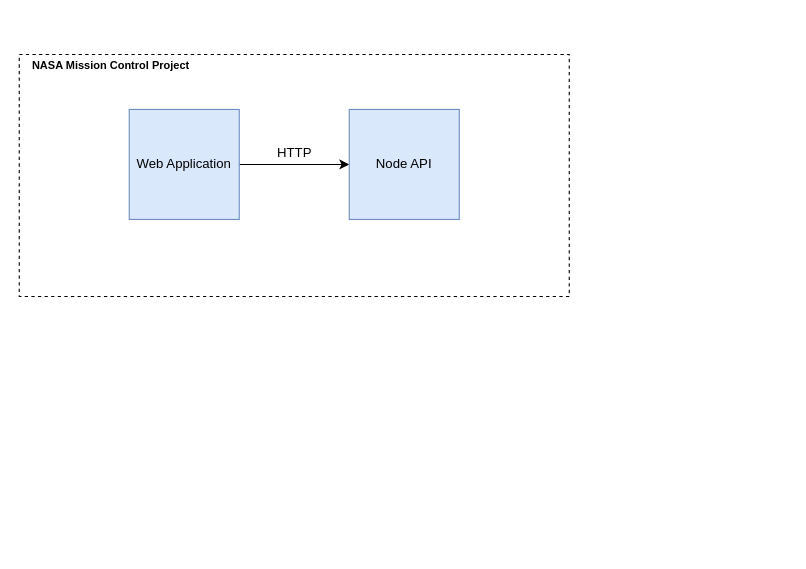
This is NASA Mission Control Architecture.drawio from Maxwell200073/NASA-Project, a draw.io file, before an edit. Source tidied: cells renumbered, new cells numbered last; positions are measured from the earlier drawing's top-left corner, leaving out a move shared by most shapes. Both pictures are drawn from the tidied source at 110%, with x=0, y=0 at pixel (19, 50).
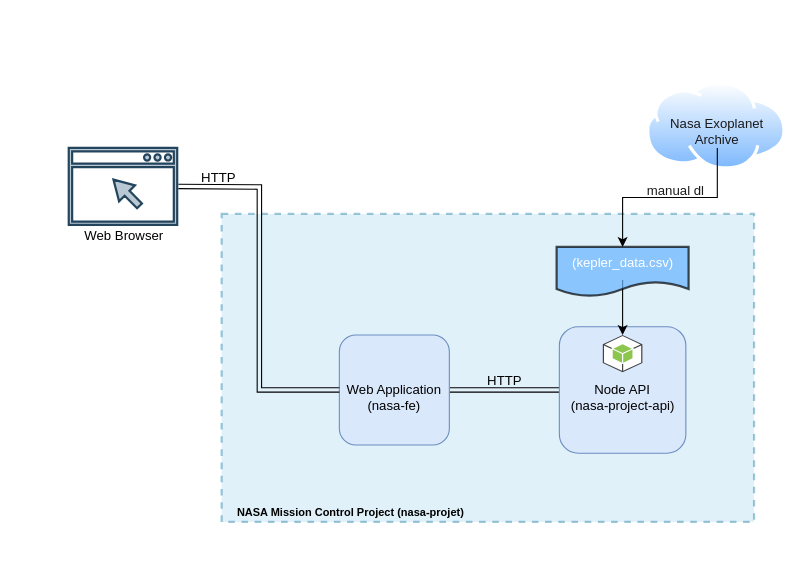
The same page after the edit.

What changed in the source:
```diff
@@
-    <mxCell id="2" style="rounded=0;whiteSpace=wrap;html=1;labelBackgroundColor=none;dashed=1;" parent="1" vertex="1">
-      <mxGeometry y="4" width="500" height="220" as="geometry" />
+    <mxCell id="2" style="rounded=0;whiteSpace=wrap;html=1;labelBackgroundColor=none;dashed=1;strokeColor=#10739e;perimeterSpacing=0;strokeWidth=2;fillColor=#b1ddf0;opacity=40;" parent="1" vertex="1">
+      <mxGeometry x="184" y="149" width="484" height="280" as="geometry" />
     </mxCell>
-    <mxCell id="3" style="edgeStyle=orthogonalEdgeStyle;rounded=0;jettySize=auto;html=1;" parent="1" edge="1" source="4" target="5">
+    <mxCell id="3" style="edgeStyle=orthogonalEdgeStyle;rounded=0;jettySize=auto;html=1;shape=link;" parent="1" edge="1" source="4" target="5">
       <mxGeometry relative="1" as="geometry" />
     </mxCell>
-    <mxCell id="4" value="Web Application" style="whiteSpace=wrap;html=1;fillColor=#dae8fc;strokeColor=#6c8ebf;" parent="1" vertex="1">
-      <mxGeometry x="100" y="54" width="100" height="100" as="geometry" />
+    <mxCell id="4" value="Web Application" style="whiteSpace=wrap;html=1;fillColor=#dae8fc;strokeColor=#6c8ebf;rounded=1;" parent="1" vertex="1">
+      <mxGeometry x="291" y="259" width="100" height="100" as="geometry" />
     </mxCell>
-    <mxCell id="5" value="Node API" style="whiteSpace=wrap;html=1;labelBackgroundColor=none;fillColor=#dae8fc;strokeColor=#6c8ebf;" parent="1" vertex="1">
-      <mxGeometry x="300" y="54" width="100" height="100" as="geometry" />
+    <mxCell id="5" value="Node API" style="whiteSpace=wrap;html=1;labelBackgroundColor=none;fillColor=#dae8fc;strokeColor=#6c8ebf;rounded=1;" parent="1" vertex="1">
+      <mxGeometry x="491" y="251.5" width="115" height="115" as="geometry" />
     </mxCell>
     <mxCell id="6" value="HTTP" style="text;html=1;align=center;verticalAlign=middle;strokeColor=none;fillColor=none;" parent="1" vertex="1">
-      <mxGeometry x="225" y="84" width="50" height="20" as="geometry" />
+      <mxGeometry x="416" y="291" width="50" height="20" as="geometry" />
     </mxCell>
-    <mxCell id="7" value="&lt;p&gt;&lt;font style=&quot;font-size: 10px&quot;&gt;NASA Mission Control Project&lt;/font&gt;&lt;/p&gt;" style="text;strokeColor=none;fillColor=none;html=1;fontSize=24;fontStyle=1;verticalAlign=middle;align=center;dashed=1;labelBackgroundColor=none;" parent="1" vertex="1">
-      <mxGeometry width="165" height="20" as="geometry" />
+    <mxCell id="7" value="&lt;p&gt;&lt;font style=&quot;font-size: 10px&quot;&gt;NASA Mission Control Project (nasa-projet)&lt;/font&gt;&lt;/p&gt;" style="text;strokeColor=none;fillColor=none;html=1;fontSize=24;fontStyle=1;verticalAlign=middle;align=center;dashed=1;labelBackgroundColor=none;" parent="1" vertex="1">
+      <mxGeometry x="191" y="406" width="220" height="20" as="geometry" />
     </mxCell>
+    <mxCell id="8" value="(nasa-fe)" style="text;html=1;strokeColor=none;fillColor=none;align=center;verticalAlign=middle;whiteSpace=wrap;rounded=0;dashed=1;opacity=40;" parent="1" vertex="1">
+      <mxGeometry x="311" y="309" width="60" height="30" as="geometry" />
+    </mxCell>
+    <mxCell id="9" value="(nasa-project-api)" style="text;html=1;strokeColor=none;fillColor=none;align=center;verticalAlign=middle;whiteSpace=wrap;rounded=0;dashed=1;opacity=40;" parent="1" vertex="1">
+      <mxGeometry x="498.5" y="309" width="100" height="30" as="geometry" />
+    </mxCell>
+    <mxCell id="10" style="edgeStyle=orthogonalEdgeStyle;rounded=0;jettySize=auto;html=1;entryX=0;entryY=0.5;entryDx=0;entryDy=0;shape=link;" parent="1" edge="1" target="4">
+      <mxGeometry relative="1" as="geometry">
+        <mxPoint x="144.6" y="124" as="sourcePoint" />
+      </mxGeometry>
+    </mxCell>
+    <mxCell id="11" style="sketch=0;shadow=0;dashed=0;html=1;strokeColor=#23445d;fillColor=#bac8d3;labelPosition=center;verticalLabelPosition=bottom;verticalAlign=top;align=center;shape=mxgraph.vvd.web_browser;strokeWidth=2;" parent="1" vertex="1">
+      <mxGeometry x="45" y="89" width="98.6" height="70" as="geometry" />
+    </mxCell>
+    <mxCell id="12" value="Web Browser" style="text;html=1;strokeColor=none;fillColor=none;align=center;verticalAlign=middle;whiteSpace=wrap;rounded=0;dashed=1;" parent="1" vertex="1">
+      <mxGeometry x="45" y="159" width="101" height="20" as="geometry" />
+    </mxCell>
+    <mxCell id="13" style="outlineConnect=0;dashed=0;verticalLabelPosition=bottom;verticalAlign=top;align=center;html=1;shape=mxgraph.aws3.android;fillColor=#8CC64F;gradientColor=none;strokeColor=default;strokeWidth=2;" parent="1" vertex="1">
+      <mxGeometry x="530.5" y="259" width="36" height="34" as="geometry" />
+    </mxCell>
+    <mxCell id="14" value="HTTP" style="text;html=1;align=center;verticalAlign=middle;strokeColor=none;fillColor=none;" parent="1" vertex="1">
+      <mxGeometry x="156" y="106" width="50" height="20" as="geometry" />
+    </mxCell>
+    <mxCell id="15" style="edgeStyle=orthogonalEdgeStyle;rounded=0;jettySize=auto;html=1;fontColor=#FFFFFF;" parent="1" edge="1" source="17" target="13">
+      <mxGeometry relative="1" as="geometry" />
+    </mxCell>
+    <mxCell id="16" style="shape=document;whiteSpace=wrap;html=1;boundedLbl=1;rounded=1;strokeColor=default;strokeWidth=2;fillColor=#66B2FF;opacity=70;" parent="1" vertex="1">
+      <mxGeometry x="488.5" y="179" width="120" height="45" as="geometry" />
+    </mxCell>
+    <mxCell id="17" value="&lt;font color=&quot;#ffffff&quot;&gt;(kepler_data.csv)&lt;/font&gt;" style="text;html=1;strokeColor=none;fillColor=none;align=center;verticalAlign=middle;whiteSpace=wrap;rounded=0;" parent="1" vertex="1">
+      <mxGeometry x="518.5" y="179" width="60" height="30" as="geometry" />
+    </mxCell>
+    <mxCell id="18" style="group;" parent="1" vertex="1">
+      <mxGeometry x="570" y="29" width="127.2" height="80" as="geometry" />
+    </mxCell>
+    <mxCell id="19" style="perimeter=ellipsePerimeter;html=1;align=center;shadow=0;dashed=0;spacingTop=3;image;image=img/lib/active_directory/internet_cloud.svg;rounded=1;fontColor=#FFFFFF;strokeColor=default;strokeWidth=2;fillColor=#66B2FF;" parent="18" vertex="1">
+      <mxGeometry x="0.3" width="127" height="80" as="geometry" />
+    </mxCell>
+    <mxCell id="20" value="&lt;font color=&quot;#1a1a1a&quot;&gt;Nasa Exoplanet Archive&lt;/font&gt;" style="text;html=1;strokeColor=none;fillColor=none;align=center;verticalAlign=middle;whiteSpace=wrap;rounded=0;fontColor=#FFFFFF;" parent="18" vertex="1">
+      <mxGeometry x="1" y="30" width="127.2" height="30" as="geometry" />
+    </mxCell>
+    <mxCell id="21" value="manual dl" style="text;html=1;strokeColor=none;fillColor=none;align=center;verticalAlign=middle;whiteSpace=wrap;rounded=0;fontColor=#1A1A1A;" parent="1" vertex="1">
+      <mxGeometry x="566.5" y="113" width="60" height="30" as="geometry" />
+    </mxCell>
+    <mxCell id="22" style="edgeStyle=orthogonalEdgeStyle;rounded=0;jettySize=auto;html=1;fontColor=#1A1A1A;" parent="1" edge="1" source="20" target="17">
+      <mxGeometry relative="1" as="geometry" />
+    </mxCell>
```
